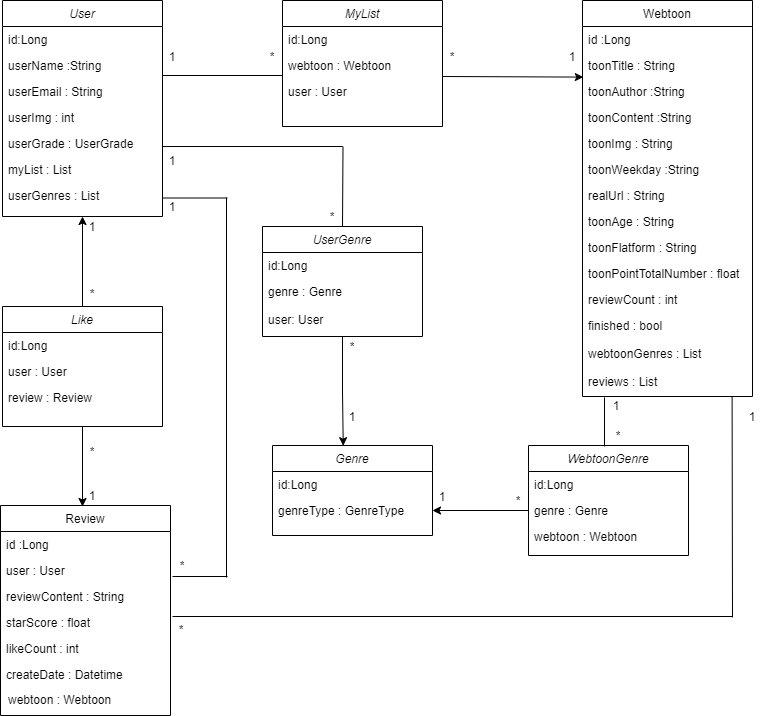
Above: webtooniverse Diagram.png in yeonnwoo/Webtooni_server (draw.io), before the change. Source tidied: cells renumbered, new cells last; positions are measured from the earlier drawing's top-left corner, leaving out a move shared by most shapes.
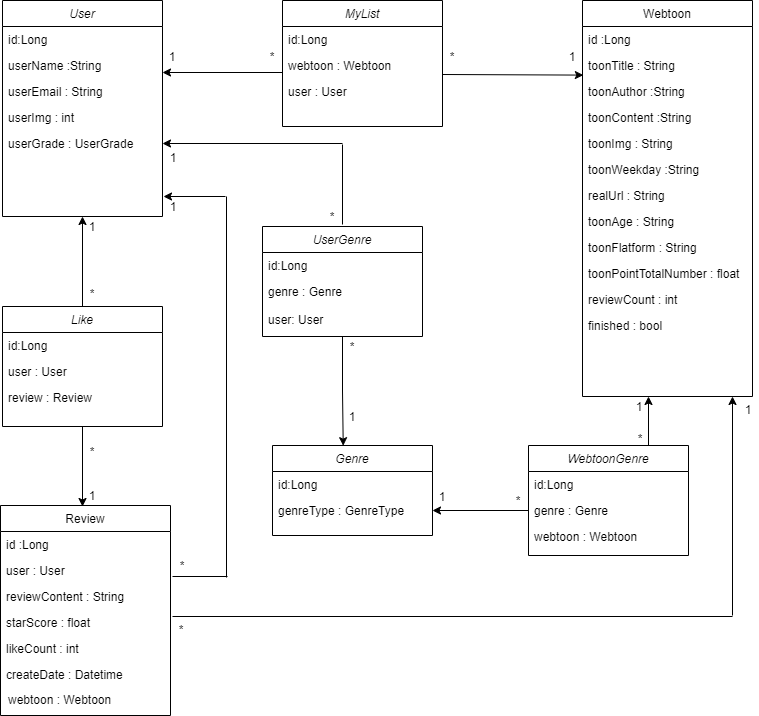
The same file after the commit.

The edit, as a diff of the source:
```diff
@@ -20,12 +20,6 @@
     <mxCell id="7" value="userGrade : UserGrade" style="text;align=left;verticalAlign=top;spacingLeft=4;spacingRight=4;overflow=hidden;points=[[0,0.5],[1,0.5]];portConstraint=eastwest;rounded=0;shadow=0;html=0;" parent="2" vertex="1">
       <mxGeometry y="130" width="160" height="26" as="geometry" />
     </mxCell>
-    <mxCell id="8" value="myList : List" style="text;align=left;verticalAlign=top;spacingLeft=4;spacingRight=4;overflow=hidden;rounded=0;shadow=0;html=0;" parent="2" vertex="1">
-      <mxGeometry y="156" width="160" height="26" as="geometry" />
-    </mxCell>
-    <mxCell id="9" value="userGenres : List" style="text;align=left;verticalAlign=top;spacingLeft=4;spacingRight=4;overflow=hidden;rounded=0;shadow=0;html=0;" parent="2" vertex="1">
-      <mxGeometry y="182" width="160" height="26" as="geometry" />
-    </mxCell>
     <mxCell id="10" value="Webtoon" style="swimlane;fontStyle=0;align=center;verticalAlign=top;horizontal=1;startSize=26;rounded=0;shadow=0;strokeWidth=1;" parent="1" vertex="1">
       <mxGeometry x="582" width="170" height="396" as="geometry" />
     </mxCell>
@@ -65,12 +59,6 @@
     <mxCell id="22" value="finished : bool" style="text;align=left;verticalAlign=top;spacingLeft=4;spacingRight=4;overflow=hidden;" parent="10" vertex="1">
       <mxGeometry y="312" width="170" height="28" as="geometry" />
     </mxCell>
-    <mxCell id="23" value="webtoonGenres : List" style="text;align=left;verticalAlign=top;spacingLeft=4;spacingRight=4;overflow=hidden;" parent="10" vertex="1">
-      <mxGeometry y="340" width="170" height="28" as="geometry" />
-    </mxCell>
-    <mxCell id="24" value="reviews : List" style="text;align=left;verticalAlign=top;spacingLeft=4;spacingRight=4;overflow=hidden;" parent="10" vertex="1">
-      <mxGeometry y="368" width="170" height="28" as="geometry" />
-    </mxCell>
     <mxCell id="25" value="MyList" style="swimlane;fontStyle=2;align=center;verticalAlign=top;horizontal=1;startSize=26;rounded=0;shadow=0;strokeWidth=1;" parent="1" vertex="1">
       <mxGeometry x="282" width="160" height="126" as="geometry" />
     </mxCell>
@@ -148,15 +136,10 @@
     <mxCell id="49" value="1" style="text;html=1;strokeColor=none;fillColor=none;align=center;verticalAlign=middle;whiteSpace=wrap;rounded=0;" parent="1" vertex="1">
       <mxGeometry x="82" y="485" width="20" height="20" as="geometry" />
     </mxCell>
-    <mxCell id="50" style="endArrow=none;html=1;" parent="1" edge="1">
-      <mxGeometry relative="1" as="geometry">
-        <mxPoint x="162" y="75" as="sourcePoint" />
-        <mxPoint x="282" y="75" as="targetPoint" />
-      </mxGeometry>
-    </mxCell>
-    <mxCell id="51" style="endArrow=classic;html=1;entryX=0.005;entryY=0.946;entryDx=0;entryDy=0;entryPerimeter=0;" parent="1" edge="1" target="12">
+    <mxCell id="51" style="endArrow=classic;html=1;entryX=0.005;entryY=0.946;entryDx=0;entryDy=0;entryPerimeter=0;" parent="1" edge="1">
       <mxGeometry relative="1" as="geometry">
-        <mxPoint x="442" y="76" as="sourcePoint" />
+        <mxPoint x="442" y="74" as="sourcePoint" />
+        <mxPoint x="582.8" y="74.6" as="targetPoint" />
       </mxGeometry>
     </mxCell>
     <mxCell id="52" value="Genre" style="swimlane;fontStyle=2;align=center;verticalAlign=top;horizontal=1;startSize=26;rounded=0;shadow=0;strokeWidth=1;" parent="1" vertex="1">
@@ -187,11 +170,16 @@
       <mxGeometry x="342" y="336" width="20" height="20" as="geometry" />
     </mxCell>
     <mxCell id="61" value="1" style="text;html=1;strokeColor=none;fillColor=none;align=center;verticalAlign=middle;whiteSpace=wrap;rounded=0;" parent="1" vertex="1">
-      <mxGeometry x="162" y="150" width="20" height="20" as="geometry" />
+      <mxGeometry x="163" y="147" width="20" height="20" as="geometry" />
     </mxCell>
     <mxCell id="62" value="*" style="text;html=1;strokeColor=none;fillColor=none;align=center;verticalAlign=middle;whiteSpace=wrap;rounded=0;" parent="1" vertex="1">
       <mxGeometry x="322" y="206" width="20" height="20" as="geometry" />
     </mxCell>
+    <mxCell id="86" style="edgeStyle=orthogonalEdgeStyle;rounded=0;jettySize=auto;html=1;exitX=0.75;exitY=0;exitDx=0;exitDy=0;" parent="1" edge="1" source="63">
+      <mxGeometry relative="1" as="geometry">
+        <mxPoint x="648" y="396" as="targetPoint" />
+      </mxGeometry>
+    </mxCell>
     <mxCell id="63" value="WebtoonGenre" style="swimlane;fontStyle=2;align=center;verticalAlign=top;horizontal=1;startSize=26;rounded=0;shadow=0;strokeWidth=1;" parent="1" vertex="1">
       <mxGeometry x="528" y="445" width="160" height="110" as="geometry" />
     </mxCell>
@@ -205,10 +193,10 @@
       <mxGeometry y="78" width="160" height="26" as="geometry" />
     </mxCell>
     <mxCell id="67" value="1" style="text;html=1;strokeColor=none;fillColor=none;align=center;verticalAlign=middle;whiteSpace=wrap;rounded=0;" parent="1" vertex="1">
-      <mxGeometry x="606" y="395" width="20" height="20" as="geometry" />
+      <mxGeometry x="629" y="396" width="20" height="20" as="geometry" />
     </mxCell>
     <mxCell id="68" value="*" style="text;html=1;strokeColor=none;fillColor=none;align=center;verticalAlign=middle;whiteSpace=wrap;rounded=0;" parent="1" vertex="1">
-      <mxGeometry x="608" y="425" width="20" height="20" as="geometry" />
+      <mxGeometry x="630" y="428" width="20" height="20" as="geometry" />
     </mxCell>
     <mxCell id="69" style="edgeStyle=orthogonalEdgeStyle;rounded=0;jettySize=auto;html=1;exitX=0;exitY=0.5;exitDx=0;exitDy=0;entryX=1;entryY=0.5;entryDx=0;entryDy=0;" parent="1" edge="1" source="65" target="54">
       <mxGeometry relative="1" as="geometry" />
@@ -229,7 +217,7 @@
       <mxGeometry x="171" y="619" width="20" height="20" as="geometry" />
     </mxCell>
     <mxCell id="75" value="1" style="text;html=1;strokeColor=none;fillColor=none;align=center;verticalAlign=middle;whiteSpace=wrap;rounded=0;" parent="1" vertex="1">
-      <mxGeometry x="742" y="406" width="20" height="20" as="geometry" />
+      <mxGeometry x="738" y="399" width="20" height="20" as="geometry" />
     </mxCell>
     <mxCell id="76" style="endArrow=none;html=1;" parent="1" edge="1">
       <mxGeometry relative="1" as="geometry">
@@ -237,39 +225,16 @@
         <mxPoint x="732" y="616" as="targetPoint" />
       </mxGeometry>
     </mxCell>
-    <mxCell id="77" style="endArrow=none;html=1;entryX=0.88;entryY=1.05;entryDx=0;entryDy=0;entryPerimeter=0;" parent="1" edge="1">
-      <mxGeometry relative="1" as="geometry">
-        <mxPoint x="732" y="617" as="sourcePoint" />
-        <mxPoint x="731.6" y="396.4" as="targetPoint" />
-      </mxGeometry>
-    </mxCell>
-    <mxCell id="78" style="endArrow=none;html=1;" parent="1" edge="1">
-      <mxGeometry relative="1" as="geometry">
-        <mxPoint x="162" y="146" as="sourcePoint" />
-        <mxPoint x="342" y="146" as="targetPoint" />
-      </mxGeometry>
-    </mxCell>
-    <mxCell id="79" style="endArrow=none;html=1;exitX=1;exitY=1;exitDx=0;exitDy=0;" parent="1" edge="1" source="62">
+    <mxCell id="79" style="endArrow=none;html=1;exitX=1;exitY=1;exitDx=0;exitDy=0;" parent="1" edge="1">
       <mxGeometry relative="1" as="geometry">
-        <mxPoint x="342.5" y="146" as="targetPoint" />
+        <mxPoint x="342" y="224" as="sourcePoint" />
+        <mxPoint x="342" y="144" as="targetPoint" />
       </mxGeometry>
     </mxCell>
-    <mxCell id="80" style="endArrow=none;html=1;" parent="1" edge="1">
-      <mxGeometry relative="1" as="geometry">
-        <mxPoint x="604" y="446" as="sourcePoint" />
-        <mxPoint x="604" y="397" as="targetPoint" />
-      </mxGeometry>
-    </mxCell>
-    <mxCell id="81" style="endArrow=none;html=1;" parent="1" edge="1">
-      <mxGeometry relative="1" as="geometry">
-        <mxPoint x="162" y="197.5" as="sourcePoint" />
-        <mxPoint x="227" y="197.5" as="targetPoint" />
-      </mxGeometry>
-    </mxCell>
     <mxCell id="82" style="endArrow=none;html=1;" parent="1" edge="1">
       <mxGeometry relative="1" as="geometry">
         <mxPoint x="226" y="577" as="sourcePoint" />
-        <mxPoint x="226" y="197" as="targetPoint" />
+        <mxPoint x="226" y="196" as="targetPoint" />
       </mxGeometry>
     </mxCell>
     <mxCell id="83" style="endArrow=none;html=1;" parent="1" edge="1">
@@ -279,10 +244,32 @@
       </mxGeometry>
     </mxCell>
     <mxCell id="84" value="1" style="text;html=1;strokeColor=none;fillColor=none;align=center;verticalAlign=middle;whiteSpace=wrap;rounded=0;" parent="1" vertex="1">
-      <mxGeometry x="162" y="196" width="20" height="20" as="geometry" />
+      <mxGeometry x="163" y="196" width="20" height="20" as="geometry" />
     </mxCell>
     <mxCell id="85" value="*" style="text;html=1;strokeColor=none;fillColor=none;align=center;verticalAlign=middle;whiteSpace=wrap;rounded=0;" parent="1" vertex="1">
       <mxGeometry x="172" y="555" width="20" height="20" as="geometry" />
     </mxCell>
+    <mxCell id="87" style="edgeStyle=orthogonalEdgeStyle;rounded=0;orthogonalLoop=1;jettySize=auto;html=1;exitX=0;exitY=0.5;exitDx=0;exitDy=0;entryX=1;entryY=0.5;entryDx=0;entryDy=0;" parent="1" edge="1">
+      <mxGeometry relative="1" as="geometry">
+        <mxPoint x="282" y="72" as="sourcePoint" />
+        <mxPoint x="162" y="72" as="targetPoint" />
+      </mxGeometry>
+    </mxCell>
+    <mxCell id="88" style="endArrow=classic;html=1;entryX=1;entryY=0.5;entryDx=0;entryDy=0;" parent="1" edge="1" target="7">
+      <mxGeometry relative="1" as="geometry">
+        <mxPoint x="342" y="143" as="sourcePoint" />
+      </mxGeometry>
+    </mxCell>
+    <mxCell id="89" style="endArrow=classic;html=1;entryX=0;entryY=0;entryDx=0;entryDy=0;" parent="1" edge="1" target="84">
+      <mxGeometry relative="1" as="geometry">
+        <mxPoint x="225" y="196" as="sourcePoint" />
+      </mxGeometry>
+    </mxCell>
+    <mxCell id="90" style="edgeStyle=orthogonalEdgeStyle;rounded=0;orthogonalLoop=1;jettySize=auto;html=1;" parent="1" edge="1">
+      <mxGeometry relative="1" as="geometry">
+        <mxPoint x="732" y="615" as="sourcePoint" />
+        <mxPoint x="732" y="396" as="targetPoint" />
+      </mxGeometry>
+    </mxCell>
   </root>
 </mxGraphModel>
```
